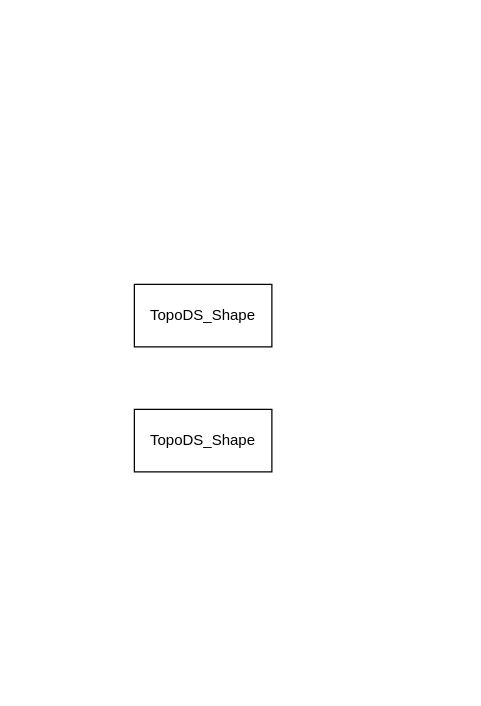
yzscodehub/Resource keeps this draw.io diagram as page "BRep数据结构" (1 of 2) of OCC.drawio. Above is the earlier version. Source tidied: cells renumbered, new cells numbered last; positions are measured from the earlier drawing's top-left corner, leaving out a move shared by most shapes. Both pictures are drawn from the tidied source at 125%, with x=0, y=0 at pixel (134, 284).
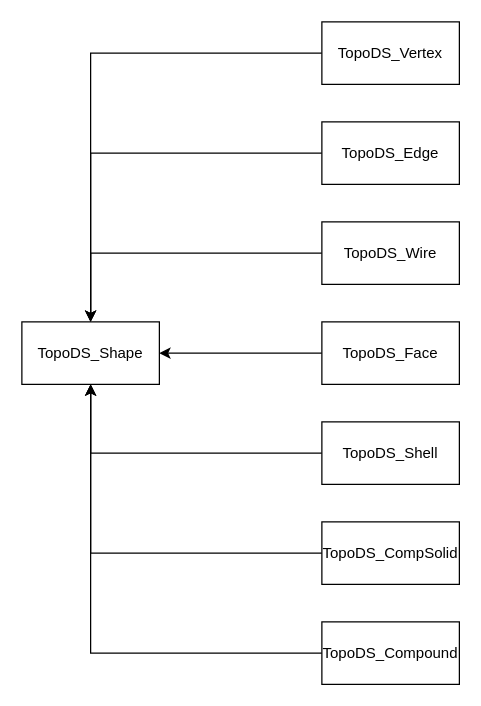
After the change.

What changed in the source:
```diff
@@
 <mxGraphModel>
   <root>
     <mxCell id="0" />
     <mxCell id="1" parent="0" />
-    <mxCell id="2" value="TopoDS_Shape" style="html=1;whiteSpace=wrap;" parent="1" vertex="1">
-      <mxGeometry width="110" height="50" as="geometry" />
+    <mxCell id="2" value="TopoDS_Shape" style="html=1;whiteSpace=wrap;strokeColor=default;" parent="1" vertex="1">
+      <mxGeometry x="-90" y="30" width="110" height="50" as="geometry" />
     </mxCell>
+    <mxCell id="4" style="edgeStyle=orthogonalEdgeStyle;rounded=0;jettySize=auto;html=1;strokeColor=default;" parent="1" edge="1" source="3" target="2">
+      <mxGeometry relative="1" as="geometry" />
+    </mxCell>
-    <mxCell id="3" value="TopoDS_Shape" style="html=1;whiteSpace=wrap;" parent="1" vertex="1">
-      <mxGeometry y="100" width="110" height="50" as="geometry" />
+    <mxCell id="3" value="TopoDS_Edge" style="html=1;whiteSpace=wrap;strokeColor=default;" parent="1" vertex="1">
+      <mxGeometry x="150" y="-130" width="110" height="50" as="geometry" />
     </mxCell>
+    <mxCell id="5" style="edgeStyle=orthogonalEdgeStyle;rounded=0;jettySize=auto;html=1;strokeColor=default;" parent="1" edge="1" source="6" target="2">
+      <mxGeometry relative="1" as="geometry" />
+    </mxCell>
+    <mxCell id="6" value="TopoDS_Wire" style="html=1;whiteSpace=wrap;strokeColor=default;" parent="1" vertex="1">
+      <mxGeometry x="150" y="-50" width="110" height="50" as="geometry" />
+    </mxCell>
+    <mxCell id="7" style="edgeStyle=orthogonalEdgeStyle;rounded=0;jettySize=auto;html=1;strokeColor=default;" parent="1" edge="1" source="8" target="2">
+      <mxGeometry relative="1" as="geometry" />
+    </mxCell>
+    <mxCell id="8" value="TopoDS_Vertex" style="html=1;whiteSpace=wrap;strokeColor=default;" parent="1" vertex="1">
+      <mxGeometry x="150" y="-210" width="110" height="50" as="geometry" />
+    </mxCell>
+    <mxCell id="9" style="edgeStyle=orthogonalEdgeStyle;rounded=0;jettySize=auto;html=1;strokeColor=default;" parent="1" edge="1" source="10" target="2">
+      <mxGeometry relative="1" as="geometry" />
+    </mxCell>
+    <mxCell id="10" value="TopoDS_Face" style="html=1;whiteSpace=wrap;strokeColor=default;" parent="1" vertex="1">
+      <mxGeometry x="150" y="30" width="110" height="50" as="geometry" />
+    </mxCell>
+    <mxCell id="11" style="edgeStyle=orthogonalEdgeStyle;rounded=0;jettySize=auto;html=1;strokeColor=default;" parent="1" edge="1" source="12" target="2">
+      <mxGeometry relative="1" as="geometry" />
+    </mxCell>
+    <mxCell id="12" value="TopoDS_Shell" style="html=1;whiteSpace=wrap;strokeColor=default;" parent="1" vertex="1">
+      <mxGeometry x="150" y="110" width="110" height="50" as="geometry" />
+    </mxCell>
+    <mxCell id="13" style="edgeStyle=orthogonalEdgeStyle;rounded=0;jettySize=auto;html=1;strokeColor=default;" parent="1" edge="1" source="14" target="2">
+      <mxGeometry relative="1" as="geometry" />
+    </mxCell>
+    <mxCell id="14" value="TopoDS_CompSolid" style="html=1;whiteSpace=wrap;strokeColor=default;" parent="1" vertex="1">
+      <mxGeometry x="150" y="190" width="110" height="50" as="geometry" />
+    </mxCell>
+    <mxCell id="15" style="edgeStyle=orthogonalEdgeStyle;rounded=0;jettySize=auto;html=1;strokeColor=default;" parent="1" edge="1" source="16" target="2">
+      <mxGeometry relative="1" as="geometry" />
+    </mxCell>
+    <mxCell id="16" value="TopoDS_Compound" style="html=1;whiteSpace=wrap;strokeColor=default;" parent="1" vertex="1">
+      <mxGeometry x="150" y="270" width="110" height="50" as="geometry" />
+    </mxCell>
   </root>
 </mxGraphModel>
```
